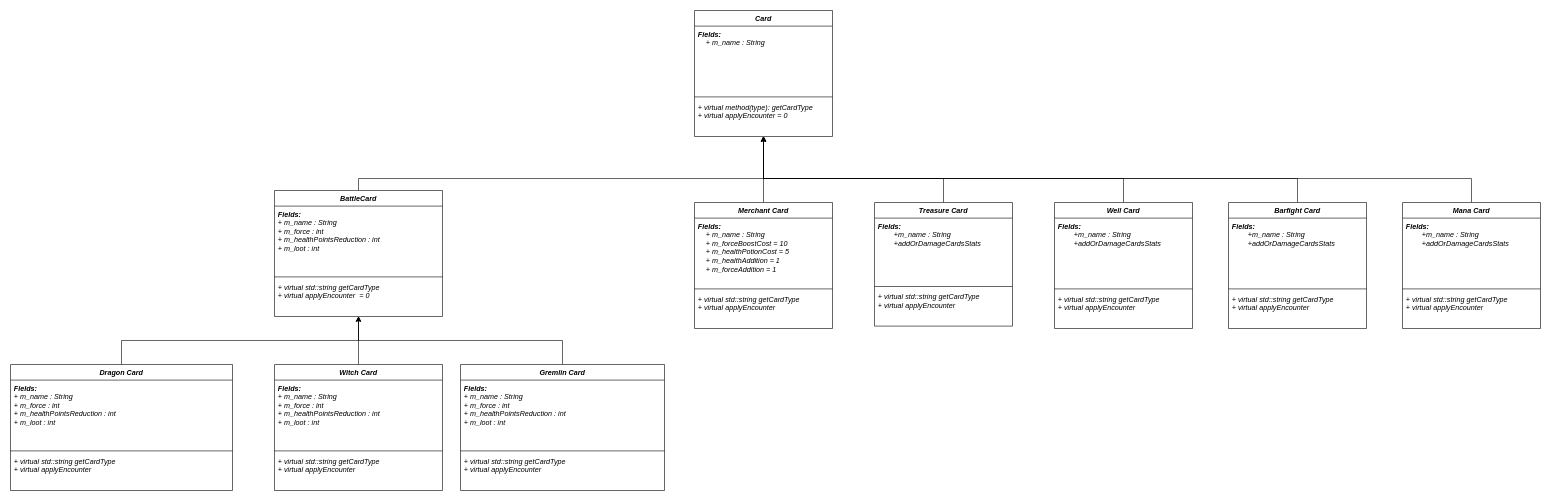
Earlier version of the draw.io diagram page "Cards" (3 of 3) of UML.drawio (ayals99/ex4_matam). Source tidied: cells renumbered, new cells numbered last; positions are measured from the earlier drawing's top-left corner, leaving out a move shared by most shapes. Both pictures are drawn from the tidied source at 60%, with x=0, y=0 at pixel (10, 10).
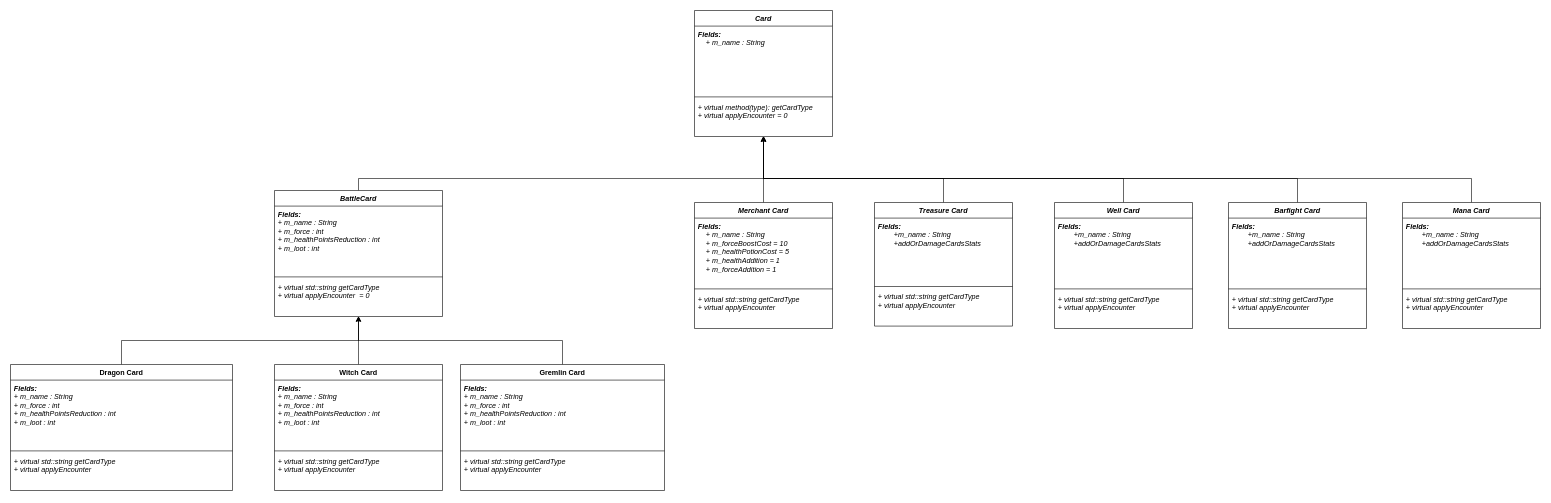
The same page after the edit.

What changed in the source:
```diff
@@
-    <mxCell id="7" value="Dragon Card" style="swimlane;fontStyle=3;align=center;verticalAlign=top;horizontal=1;startSize=26;whiteSpace=wrap;html=1;" parent="1" vertex="1">
+    <mxCell id="7" value="Dragon Card" style="swimlane;fontStyle=1;align=center;verticalAlign=top;horizontal=1;startSize=26;whiteSpace=wrap;html=1;" parent="1" vertex="1">
       <mxGeometry y="590" width="370" height="210" as="geometry" />
     </mxCell>
@@
-    <mxCell id="12" value="Witch Card" style="swimlane;fontStyle=3;align=center;verticalAlign=top;horizontal=1;startSize=26;whiteSpace=wrap;html=1;" parent="1" vertex="1">
+    <mxCell id="12" value="Witch Card" style="swimlane;fontStyle=1;align=center;verticalAlign=top;horizontal=1;startSize=26;whiteSpace=wrap;html=1;" parent="1" vertex="1">
       <mxGeometry x="440" y="590" width="280" height="210" as="geometry" />
     </mxCell>
@@
-    <mxCell id="17" value="Gremlin Card" style="swimlane;fontStyle=3;align=center;verticalAlign=top;horizontal=1;startSize=26;whiteSpace=wrap;html=1;" parent="1" vertex="1">
+    <mxCell id="17" value="Gremlin Card" style="swimlane;fontStyle=1;align=center;verticalAlign=top;horizontal=1;startSize=26;whiteSpace=wrap;html=1;" parent="1" vertex="1">
       <mxGeometry x="750" y="590" width="340" height="210" as="geometry" />
     </mxCell>
```
